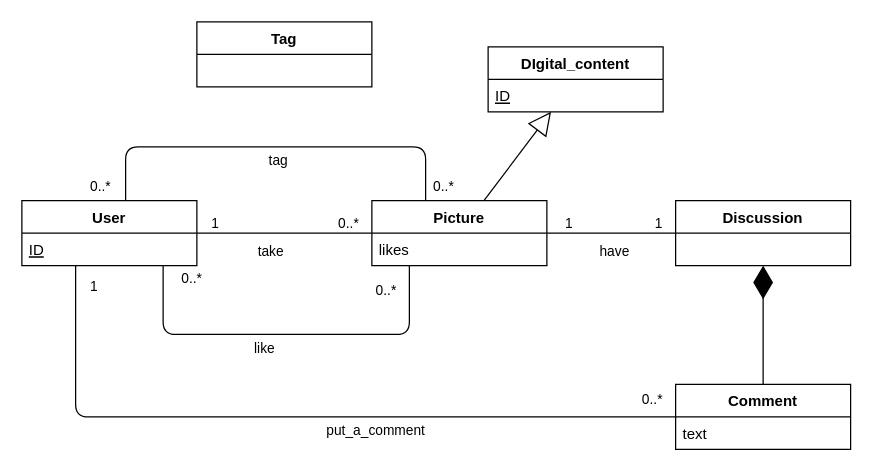
Earlier version of the draw.io diagram HMIN122M - Entrepôts de Données et Big-Data/Rappels Modèle Relationnel - UML - Optimisation/Interactions.drawio (lamouchiambre/AIGLE-M1-S1). Source tidied: cells renumbered, new cells numbered last; positions are measured from the earlier drawing's top-left corner, leaving out a move shared by most shapes. Both pictures are drawn from the tidied source at 125%, with x=0, y=0 at pixel (21, 21).
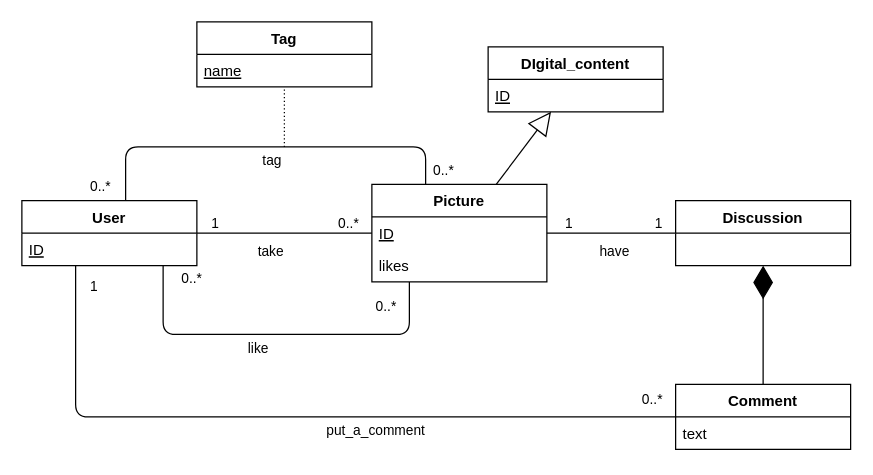
Above is the later version.

Unchanged cells that the change refers to:
```xml
<mxCell id="29" value="Tag" style="swimlane;fontStyle=1;horizontal=1;startSize=26;fillColor=none;" parent="1" vertex="1">
  <mxGeometry x="140" width="140" height="52" as="geometry" />
</mxCell>
```

Change to the diagram source:
```diff
@@
-    <mxCell id="27" value="Picture" style="swimlane;fontStyle=1;horizontal=1;startSize=26;fillColor=none;" parent="1" vertex="1">
-      <mxGeometry x="280" y="143" width="140" height="52" as="geometry" />
-    </mxCell>
-    <mxCell id="28" value="likes" style="text;strokeColor=none;fillColor=none;align=left;verticalAlign=top;spacingLeft=4;spacingRight=4;overflow=hidden;" parent="27" vertex="1">
-      <mxGeometry y="26" width="140" height="26" as="geometry" />
-    </mxCell>
@@
+    <mxCell id="34" value="name" style="text;strokeColor=none;fillColor=none;align=left;verticalAlign=top;spacingLeft=4;spacingRight=4;overflow=hidden;fontStyle=4;" parent="29" vertex="1">
+      <mxGeometry y="26" width="140" height="26" as="geometry" />
+    </mxCell>
@@
+    <mxCell id="35" style="endArrow=none;html=1;rounded=0;dashed=1;dashPattern=1 2;" parent="1" edge="1" target="29">
+      <mxGeometry relative="1" as="geometry">
+        <mxPoint x="210" y="100" as="sourcePoint" />
+      </mxGeometry>
+    </mxCell>
+    <mxCell id="27" value="Picture" style="swimlane;fontStyle=1;horizontal=1;startSize=26;fillColor=none;" parent="1" vertex="1">
+      <mxGeometry x="280" y="130" width="140" height="78" as="geometry" />
+    </mxCell>
+    <mxCell id="28" value="ID" style="text;strokeColor=none;fillColor=none;align=left;verticalAlign=top;spacingLeft=4;spacingRight=4;overflow=hidden;fontStyle=4;" parent="27" vertex="1">
+      <mxGeometry y="26" width="140" height="26" as="geometry" />
+    </mxCell>
+    <mxCell id="36" value="likes" style="text;strokeColor=none;fillColor=none;align=left;verticalAlign=top;spacingLeft=4;spacingRight=4;overflow=hidden;" parent="27" vertex="1">
+      <mxGeometry y="52" width="140" height="26" as="geometry" />
+    </mxCell>
```
